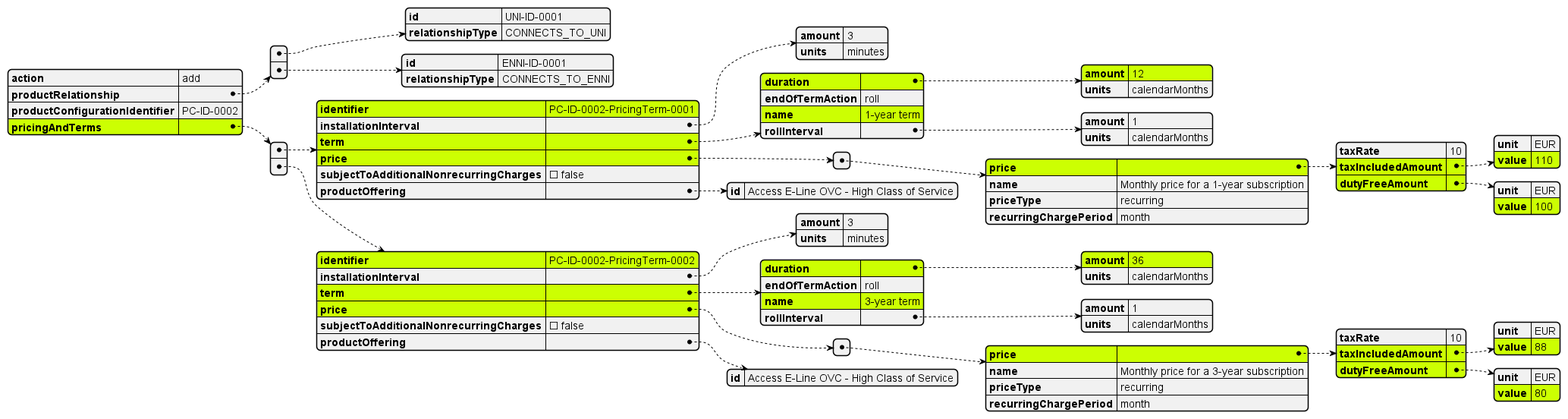
Before: documentation/productApi/availabilityAndPricingDiscovery/media/uc2response.png, a diagram exported from PlantUML (MEF-GIT/MEF-LSO-Sonata-SDK).
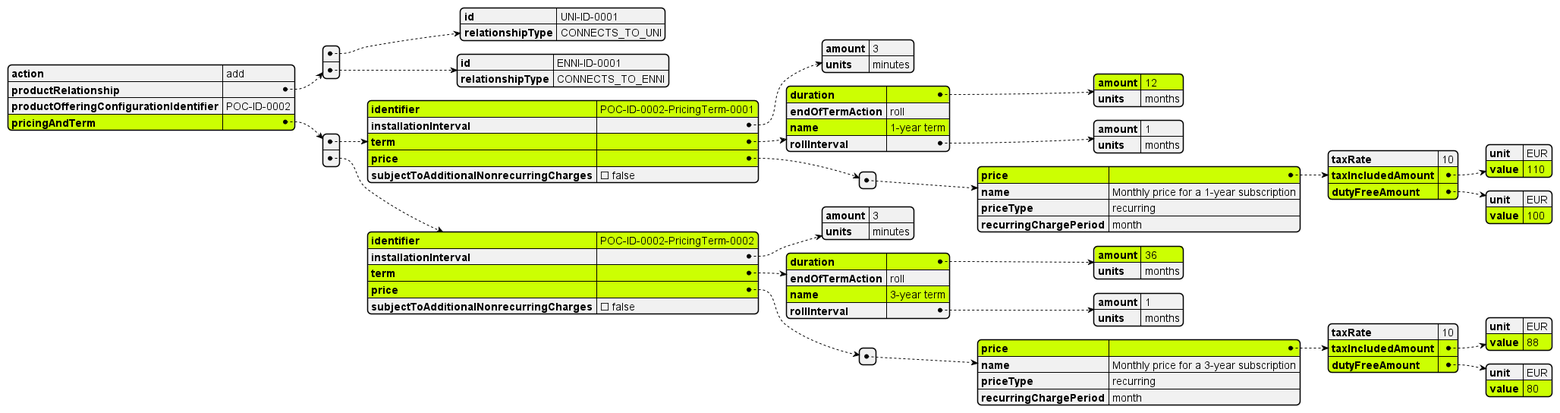
Above is the later version.

Change to the diagram source:
```diff
@@ -1,33 +1,33 @@
 @startjson
 
 
-#highlight "pricingAndTerms"
+#highlight "pricingAndTerm"
 
-#highlight "pricingAndTerms" / "0" / "identifier"
-#highlight "pricingAndTerms" / "0" / "term"
-#highlight "pricingAndTerms" / "0" / "term" / "duration"
-#highlight "pricingAndTerms" / "0" / "term" / "duration" / "amount"
-#highlight "pricingAndTerms" / "0" / "term" / "name"
-#highlight "pricingAndTerms" / "0" / "price"
-#highlight "pricingAndTerms" / "0" / "price" / "0" / "price"
-#highlight "pricingAndTerms" / "0" / "price" / "0" / "price" / "name"
-#highlight "pricingAndTerms" / "0" / "price" / "0" / "price" / "taxIncludedAmount"
-#highlight "pricingAndTerms" / "0" / "price" / "0" / "price" / "taxIncludedAmount" / "value"
-#highlight "pricingAndTerms" / "0" / "price" / "0" / "price" / "dutyFreeAmount"
-#highlight "pricingAndTerms" / "0" / "price" / "0" / "price" / "dutyFreeAmount" / "value"
+#highlight "pricingAndTerm" / "0" / "identifier"
+#highlight "pricingAndTerm" / "0" / "term"
+#highlight "pricingAndTerm" / "0" / "term" / "duration"
+#highlight "pricingAndTerm" / "0" / "term" / "duration" / "amount"
+#highlight "pricingAndTerm" / "0" / "term" / "name"
+#highlight "pricingAndTerm" / "0" / "price"
+#highlight "pricingAndTerm" / "0" / "price" / "0" / "price"
+#highlight "pricingAndTerm" / "0" / "price" / "0" / "price" / "name"
+#highlight "pricingAndTerm" / "0" / "price" / "0" / "price" / "taxIncludedAmount"
+#highlight "pricingAndTerm" / "0" / "price" / "0" / "price" / "taxIncludedAmount" / "value"
+#highlight "pricingAndTerm" / "0" / "price" / "0" / "price" / "dutyFreeAmount"
+#highlight "pricingAndTerm" / "0" / "price" / "0" / "price" / "dutyFreeAmount" / "value"
 
-#highlight "pricingAndTerms" / "1" / "identifier"
-#highlight "pricingAndTerms" / "1" / "term"
-#highlight "pricingAndTerms" / "1" / "term" / "duration"
-#highlight "pricingAndTerms" / "1" / "term" / "duration" / "amount"
-#highlight "pricingAndTerms" / "1" / "term" / "name"
-#highlight "pricingAndTerms" / "1" / "price"
-#highlight "pricingAndTerms" / "1" / "price" / "0" / "price"
-#highlight "pricingAndTerms" / "1" / "price" / "0" / "price" / "name"
-#highlight "pricingAndTerms" / "1" / "price" / "0" / "price" / "taxIncludedAmount"
-#highlight "pricingAndTerms" / "1" / "price" / "0" / "price" / "taxIncludedAmount" / "value"
-#highlight "pricingAndTerms" / "1" / "price" / "0" / "price" / "dutyFreeAmount"
-#highlight "pricingAndTerms" / "1" / "price" / "0" / "price" / "dutyFreeAmount" / "value"
+#highlight "pricingAndTerm" / "1" / "identifier"
+#highlight "pricingAndTerm" / "1" / "term"
+#highlight "pricingAndTerm" / "1" / "term" / "duration"
+#highlight "pricingAndTerm" / "1" / "term" / "duration" / "amount"
+#highlight "pricingAndTerm" / "1" / "term" / "name"
+#highlight "pricingAndTerm" / "1" / "price"
+#highlight "pricingAndTerm" / "1" / "price" / "0" / "price"
+#highlight "pricingAndTerm" / "1" / "price" / "0" / "price" / "name"
+#highlight "pricingAndTerm" / "1" / "price" / "0" / "price" / "taxIncludedAmount"
+#highlight "pricingAndTerm" / "1" / "price" / "0" / "price" / "taxIncludedAmount" / "value"
+#highlight "pricingAndTerm" / "1" / "price" / "0" / "price" / "dutyFreeAmount"
+#highlight "pricingAndTerm" / "1" / "price" / "0" / "price" / "dutyFreeAmount" / "value"
 
 
 
@@ -43,10 +43,10 @@
       "relationshipType": "CONNECTS_TO_ENNI"
     }
   ],
-  "productConfigurationIdentifier": "PC-ID-0002",
-  "pricingAndTerms": [
+  "productOfferingConfigurationIdentifier": "POC-ID-0002",
+  "pricingAndTerm": [
     {
-      "identifier": "PC-ID-0002-PricingTerm-0001",
+      "identifier": "POC-ID-0002-PricingTerm-0001",
       "installationInterval": {
         "amount": 3,
         "units": "minutes"
@@ -54,13 +54,13 @@
       "term": {
         "duration": {
           "amount": 12,
-          "units": "calendarMonths"
+          "units": "months"
         },
         "endOfTermAction": "roll",
         "name": "1-year term",
         "rollInterval": {
           "amount": 1,
-          "units": "calendarMonths"
+          "units": "months"
         }
       },
       "price": [
@@ -81,13 +81,10 @@
           "recurringChargePeriod": "month"
         }
       ],
-      "subjectToAdditionalNonrecurringCharges": false,
-      "productOffering": {
-        "id": "Access E-Line OVC - High Class of Service"
-      }
+      "subjectToAdditionalNonrecurringCharges": false
     },
     {
-      "identifier": "PC-ID-0002-PricingTerm-0002",
+      "identifier": "POC-ID-0002-PricingTerm-0002",
       "installationInterval": {
         "amount": 3,
         "units": "minutes"
@@ -95,13 +92,13 @@
       "term": {
         "duration": {
           "amount": 36,
-          "units": "calendarMonths"
+          "units": "months"
         },
         "endOfTermAction": "roll",
         "name": "3-year term",
         "rollInterval": {
           "amount": 1,
-          "units": "calendarMonths"
+          "units": "months"
         }
       },
       "price": [
@@ -122,10 +119,7 @@
           "recurringChargePeriod": "month"
         }
       ],
-      "subjectToAdditionalNonrecurringCharges": false,
-      "productOffering": {
-        "id": "Access E-Line OVC - High Class of Service"
-      }
+      "subjectToAdditionalNonrecurringCharges": false
     }
   ]
 }
```
